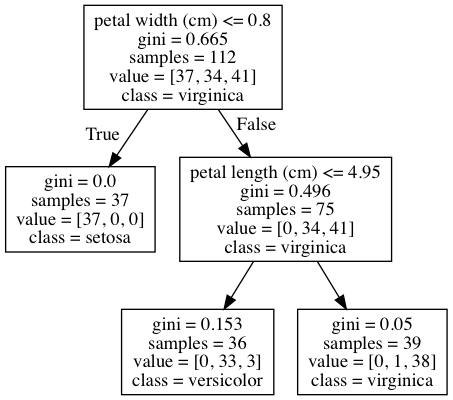
This is Sklearn/DecisionTrees/dotfiles/iris_depth2_decisionTree.png from mGalarnyk/Python_Tutorials, a Graphviz export, as it was before one commit. Its source is kept beside it as Sklearn/DecisionTrees/dotfiles/iris_depth2_decisionTree.dot.
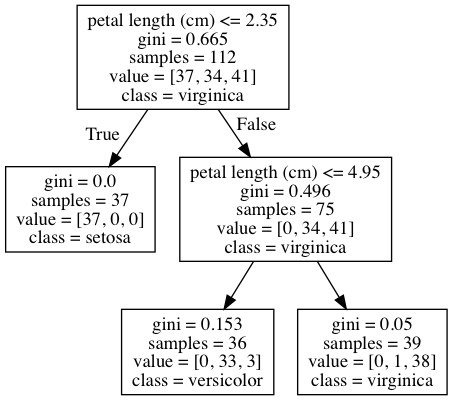
Later version of the same file.

Commit message:
updated decision tree tutorial

Change to the diagram source:
```diff
@@ -1,6 +1,6 @@
 digraph Tree {
 node [shape=box] ;
-0 [label="petal width (cm) <= 0.8\ngini = 0.665\nsamples = 112\nvalue = [37, 34, 41]\nclass = virginica"] ;
+0 [label="petal length (cm) <= 2.35\ngini = 0.665\nsamples = 112\nvalue = [37, 34, 41]\nclass = virginica"] ;
 1 [label="gini = 0.0\nsamples = 37\nvalue = [37, 0, 0]\nclass = setosa"] ;
 0 -> 1 [labeldistance=2.5, labelangle=45, headlabel="True"] ;
 2 [label="petal length (cm) <= 4.95\ngini = 0.496\nsamples = 75\nvalue = [0, 34, 41]\nclass = virginica"] ;
```
